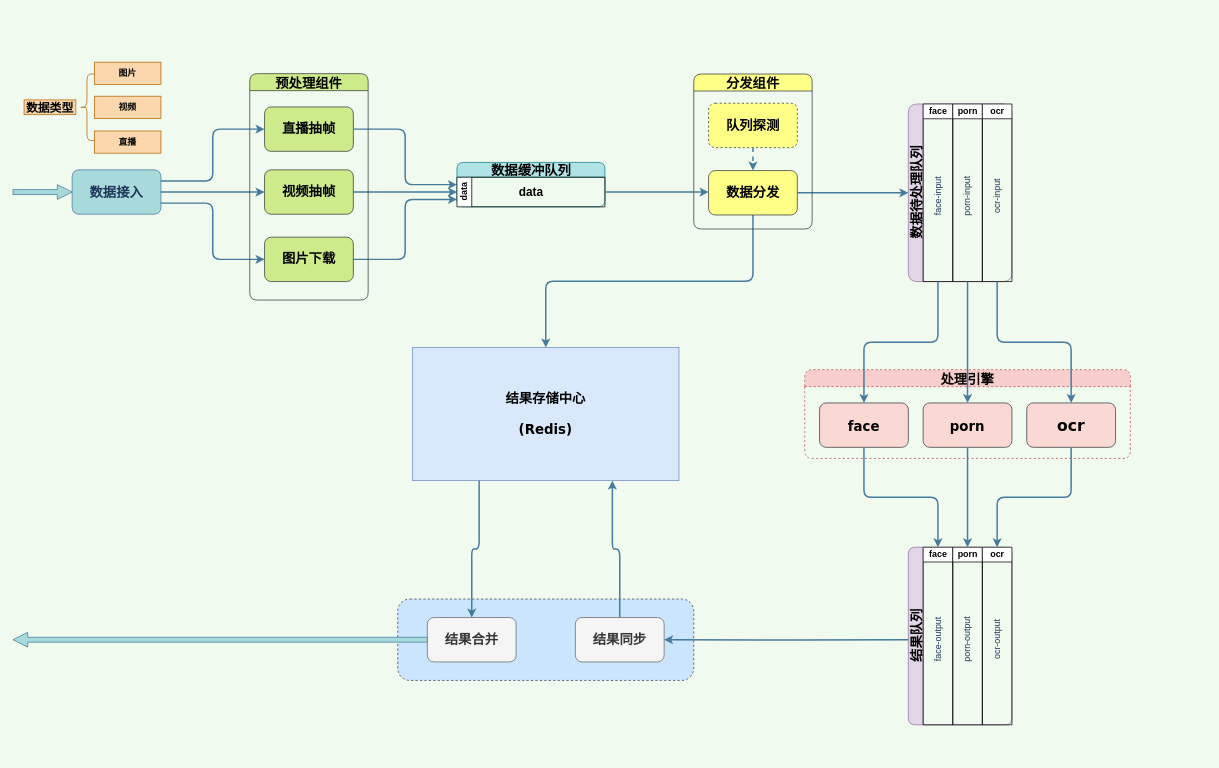
xwzj01ht/diagrams keeps this draw.io diagram as engine_system/engine_system_architecture_v2.drawio. Above is the earlier version. Source tidied: cells renumbered, new cells numbered last; positions are measured from the earlier drawing's top-left corner, leaving out a move shared by most shapes. Both pictures are drawn from the tidied source at 74%, with x=0, y=0 at pixel (13, 61).
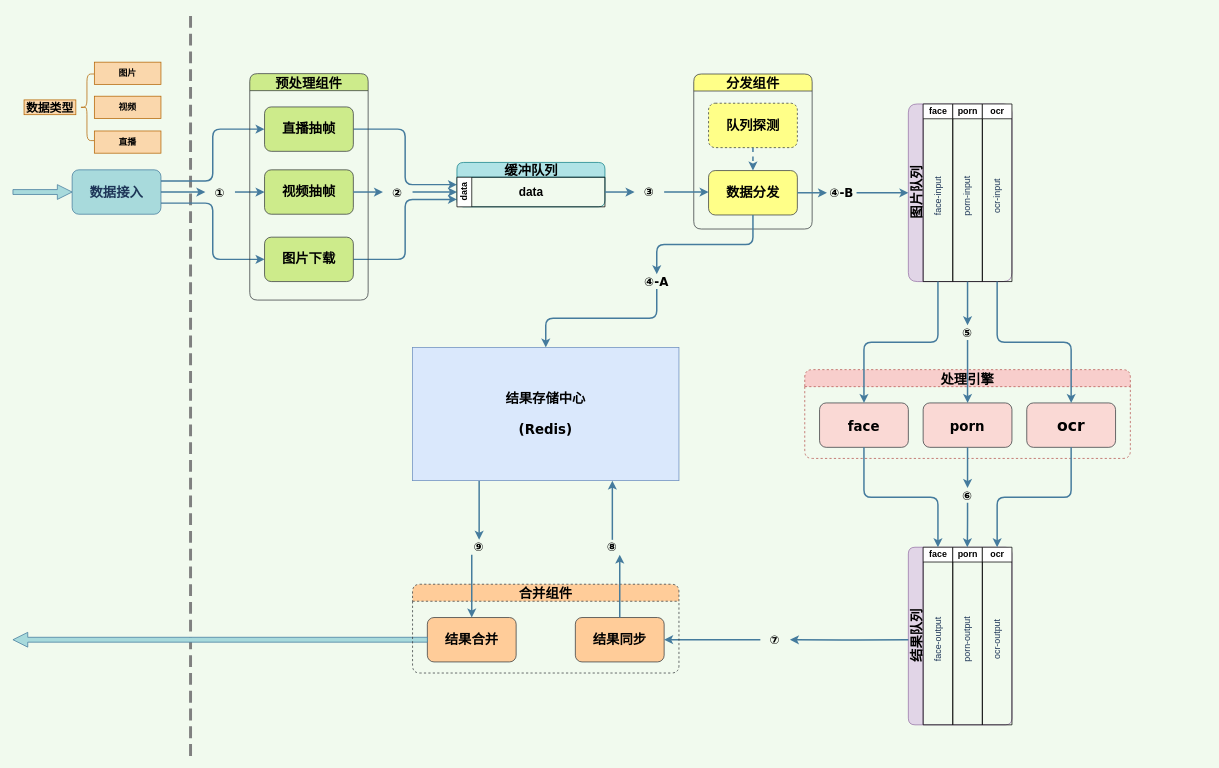
Above is the later version.

Commit message (it also covers changes not shown here):
engine system architecture v2

Unchanged cells that the change refers to:
```xml
<mxCell id="7" value="&lt;h4&gt;&lt;font style=&quot;font-size: 18px&quot; face=&quot;Verdana&quot;&gt;数据接入&lt;/font&gt;&lt;/h4&gt;" style="rounded=1;whiteSpace=wrap;html=1;sketch=0;strokeColor=#457B9D;fillColor=#A8DADC;fontColor=#1D3557;" parent="1" vertex="1">
  <mxGeometry x="80" y="146" width="120" height="60" as="geometry" />
</mxCell>
<mxCell id="14" value="&lt;h3 style=&quot;font-size: 18px&quot;&gt;视频抽帧&lt;/h3&gt;" style="rounded=1;whiteSpace=wrap;html=1;sketch=0;strokeColor=#36393d;fillColor=#cdeb8b;" parent="1" vertex="1">
  <mxGeometry x="340" y="146" width="120" height="60" as="geometry" />
</mxCell>
<mxCell id="21" value="&lt;h3 style=&quot;font-size: 18px&quot;&gt;数据分发&lt;/h3&gt;" style="rounded=1;whiteSpace=wrap;html=1;sketch=0;strokeColor=#36393d;fillColor=#ffff88;" parent="1" vertex="1">
  <mxGeometry x="940" y="147" width="120" height="60" as="geometry" />
</mxCell>
<mxCell id="24" value="&lt;h3&gt;&lt;font style=&quot;font-size: 18px&quot;&gt;porn&lt;/font&gt;&lt;/h3&gt;" style="rounded=1;whiteSpace=wrap;html=1;shadow=0;glass=0;sketch=0;fillColor=#fad9d5;fontFamily=Verdana;fontSize=18;strokeColor=#36393D;" parent="22" vertex="1">
  <mxGeometry x="160" y="45" width="120" height="60" as="geometry" />
</mxCell>
<mxCell id="26" value="&lt;h3 style=&quot;font-size: 18px&quot;&gt;&lt;font face=&quot;Verdana&quot; style=&quot;font-size: 18px&quot;&gt;结果存储中心&lt;/font&gt;&lt;/h3&gt;&lt;h3 style=&quot;font-size: 18px&quot;&gt;&lt;font face=&quot;Verdana&quot; style=&quot;font-size: 18px&quot;&gt;(Redis)&lt;/font&gt;&lt;/h3&gt;" style="rounded=0;whiteSpace=wrap;html=1;strokeColor=#6c8ebf;strokeWidth=1;fillColor=#dae8fc;" parent="1" vertex="1">
  <mxGeometry x="540" y="386" width="360" height="180" as="geometry" />
</mxCell>
<mxCell id="32" value="data" style="swimlane;html=1;startSize=20;horizontal=0;" parent="31" vertex="1">
  <mxGeometry y="20" width="200" height="40" as="geometry" />
</mxCell>
<mxCell id="40" value="porn" style="swimlane;html=1;startSize=20;" parent="37" vertex="1">
  <mxGeometry x="60" width="40" height="240" as="geometry" />
</mxCell>
<mxCell id="47" value="porn" style="swimlane;html=1;startSize=20;" parent="44" vertex="1">
  <mxGeometry x="60" width="40" height="240" as="geometry" />
</mxCell>
```

The edit, as a diff of the source:
```diff
@@
-    <mxCell id="2" style="rounded=1;whiteSpace=wrap;html=1;strokeColor=#36393d;strokeWidth=1;fillColor=#cce5ff;dashed=1;" parent="1" vertex="1">
-      <mxGeometry x="520" y="726" width="400" height="110" as="geometry" />
-    </mxCell>
+    <mxCell id="61" style="shape=partialRectangle;whiteSpace=wrap;html=1;right=0;top=0;bottom=0;fillColor=none;routingCenterX=-0.5;rounded=1;dashed=1;fontFamily=Verdana;fontSize=16;strokeWidth=4;strokeColor=#808080;" parent="1" vertex="1">
+      <mxGeometry x="240" y="-64" width="1370" height="1000" as="geometry" />
+    </mxCell>
@@
-    <mxCell id="4" style="edgeStyle=orthogonalEdgeStyle;rounded=1;jettySize=auto;html=1;exitX=1;exitY=0.5;exitDx=0;exitDy=0;entryX=0;entryY=0.5;entryDx=0;entryDy=0;strokeWidth=2;strokeColor=#457B9D;" parent="1" edge="1" source="7" target="14">
+    <mxCell id="4" style="edgeStyle=orthogonalEdgeStyle;rounded=1;jettySize=auto;html=1;exitX=1;exitY=0.5;exitDx=0;exitDy=0;entryX=0;entryY=0.5;entryDx=0;entryDy=0;strokeWidth=2;strokeColor=#457B9D;" parent="1" edge="1" source="64" target="14">
       <mxGeometry relative="1" as="geometry" />
     </mxCell>
@@
-    <mxCell id="13" style="edgeStyle=orthogonalEdgeStyle;rounded=1;jettySize=auto;html=1;exitX=1;exitY=0.5;exitDx=0;exitDy=0;entryX=0;entryY=0.5;entryDx=0;entryDy=0;strokeColor=#457B9D;strokeWidth=2;" parent="1" edge="1" source="14" target="32">
+    <mxCell id="13" style="edgeStyle=orthogonalEdgeStyle;rounded=1;jettySize=auto;html=1;exitX=1;exitY=0.5;exitDx=0;exitDy=0;entryX=0;entryY=0.5;entryDx=0;entryDy=0;strokeColor=#457B9D;strokeWidth=2;" parent="1" edge="1" source="66" target="32">
       <mxGeometry relative="1" as="geometry" />
     </mxCell>
@@
-    <mxCell id="19" style="edgeStyle=orthogonalEdgeStyle;rounded=1;jettySize=auto;html=1;exitX=1;exitY=0.5;exitDx=0;exitDy=0;entryX=0;entryY=0.5;entryDx=0;entryDy=0;strokeColor=#457B9D;strokeWidth=2;" parent="1" edge="1" source="21" target="37">
+    <mxCell id="19" style="edgeStyle=orthogonalEdgeStyle;rounded=1;jettySize=auto;html=1;exitX=1;exitY=0.5;exitDx=0;exitDy=0;entryX=0;entryY=0.5;entryDx=0;entryDy=0;strokeColor=#457B9D;strokeWidth=2;" parent="1" edge="1" source="72" target="37">
       <mxGeometry relative="1" as="geometry" />
     </mxCell>
-    <mxCell id="20" style="edgeStyle=orthogonalEdgeStyle;rounded=1;jettySize=auto;html=1;exitX=0.5;exitY=1;exitDx=0;exitDy=0;entryX=0.5;entryY=0;entryDx=0;entryDy=0;strokeColor=#457B9D;strokeWidth=2;" parent="1" edge="1" source="21" target="26">
+    <mxCell id="20" style="edgeStyle=orthogonalEdgeStyle;rounded=1;jettySize=auto;html=1;exitX=0.5;exitY=1;exitDx=0;exitDy=0;entryX=0.5;entryY=0;entryDx=0;entryDy=0;strokeColor=#457B9D;strokeWidth=2;" parent="1" edge="1" source="70" target="26">
       <mxGeometry relative="1" as="geometry" />
     </mxCell>
@@
+    <mxCell id="62" style="edgeStyle=orthogonalEdgeStyle;rounded=1;jettySize=auto;html=1;exitX=0.25;exitY=1;exitDx=0;exitDy=0;entryX=0.5;entryY=0;entryDx=0;entryDy=0;strokeColor=#457B9D;strokeWidth=2;fontFamily=Verdana;fontSize=16;" parent="1" edge="1" source="26" target="84">
+      <mxGeometry relative="1" as="geometry" />
+    </mxCell>
@@
-    <mxCell id="27" style="edgeStyle=orthogonalEdgeStyle;rounded=1;jettySize=auto;html=1;exitX=0.5;exitY=0;exitDx=0;exitDy=0;entryX=0.75;entryY=1;entryDx=0;entryDy=0;strokeColor=#457B9D;strokeWidth=2;" parent="1" edge="1" source="28" target="26">
+    <mxCell id="27" style="edgeStyle=orthogonalEdgeStyle;rounded=1;jettySize=auto;html=1;exitX=0.5;exitY=0;exitDx=0;exitDy=0;entryX=0.75;entryY=1;entryDx=0;entryDy=0;strokeColor=#457B9D;strokeWidth=2;" parent="1" edge="1" source="81" target="26">
       <mxGeometry relative="1" as="geometry" />
     </mxCell>
-    <mxCell id="28" value="&lt;h3 style=&quot;font-size: 18px&quot;&gt;&lt;font face=&quot;Verdana&quot;&gt;结果同步&lt;/font&gt;&lt;/h3&gt;" style="rounded=1;whiteSpace=wrap;html=1;strokeColor=#666666;strokeWidth=1;fillColor=#f5f5f5;fontColor=#333333;" parent="1" vertex="1">
+    <mxCell id="28" value="&lt;h3 style=&quot;font-size: 18px&quot;&gt;&lt;font face=&quot;Verdana&quot;&gt;结果同步&lt;/font&gt;&lt;/h3&gt;" style="rounded=1;whiteSpace=wrap;html=1;strokeColor=#36393d;strokeWidth=1;fillColor=#ffcc99;" parent="1" vertex="1">
       <mxGeometry x="760" y="751" width="120" height="60" as="geometry" />
     </mxCell>
-    <mxCell id="29" style="edgeStyle=orthogonalEdgeStyle;rounded=1;jettySize=auto;html=1;strokeColor=#457B9D;strokeWidth=2;exitX=0.25;exitY=1;exitDx=0;exitDy=0;" parent="1" edge="1" source="26" target="30">
-      <mxGeometry relative="1" as="geometry" />
-    </mxCell>
-    <mxCell id="30" value="&lt;h3 style=&quot;font-size: 18px&quot;&gt;&lt;font face=&quot;Verdana&quot;&gt;结果合并&lt;/font&gt;&lt;/h3&gt;" style="rounded=1;whiteSpace=wrap;html=1;strokeColor=#666666;strokeWidth=1;fillColor=#f5f5f5;fontColor=#333333;" parent="1" vertex="1">
+    <mxCell id="30" value="&lt;h3 style=&quot;font-size: 18px&quot;&gt;&lt;font face=&quot;Verdana&quot;&gt;结果合并&lt;/font&gt;&lt;/h3&gt;" style="rounded=1;whiteSpace=wrap;html=1;strokeColor=#36393d;strokeWidth=1;fillColor=#ffcc99;" parent="1" vertex="1">
       <mxGeometry x="560" y="751" width="120" height="60" as="geometry" />
     </mxCell>
-    <mxCell id="31" value="&lt;h3&gt;&lt;font face=&quot;Verdana&quot;&gt;&lt;span style=&quot;font-size: 18px&quot;&gt;数据缓冲队列&lt;/span&gt;&lt;/font&gt;&lt;/h3&gt;" style="swimlane;html=1;horizontal=1;startSize=20;fillColor=#b0e3e6;strokeColor=#0e8088;rounded=1;" parent="1" vertex="1">
+    <mxCell id="31" value="&lt;h3&gt;&lt;font face=&quot;Verdana&quot;&gt;&lt;span style=&quot;font-size: 18px&quot;&gt;缓冲队列&lt;/span&gt;&lt;/font&gt;&lt;/h3&gt;" style="swimlane;html=1;horizontal=1;startSize=20;fillColor=#b0e3e6;strokeColor=#0e8088;rounded=1;" parent="1" vertex="1">
       <mxGeometry x="600" y="136" width="200" height="60" as="geometry" />
     </mxCell>
@@
-    <mxCell id="37" value="&lt;h3&gt;&lt;font style=&quot;font-size: 18px&quot; face=&quot;Verdana&quot;&gt;数据待处理队列&lt;/font&gt;&lt;/h3&gt;" style="swimlane;html=1;startSize=20;horizontal=0;fillColor=#e1d5e7;strokeColor=#9673a6;rounded=1;arcSize=20;" parent="1" vertex="1">
+    <mxCell id="37" value="&lt;h3&gt;&lt;font style=&quot;font-size: 18px&quot; face=&quot;Verdana&quot;&gt;图片队列&lt;/font&gt;&lt;/h3&gt;" style="swimlane;html=1;startSize=20;horizontal=0;fillColor=#e1d5e7;strokeColor=#9673a6;rounded=1;arcSize=20;" parent="1" vertex="1">
       <mxGeometry x="1210" y="57" width="140" height="240" as="geometry" />
     </mxCell>
@@
-    <mxCell id="51" style="edgeStyle=orthogonalEdgeStyle;rounded=1;jettySize=auto;html=1;exitX=1;exitY=0.5;exitDx=0;exitDy=0;strokeColor=#457B9D;strokeWidth=2;" parent="1" edge="1" source="32">
+    <mxCell id="51" style="edgeStyle=orthogonalEdgeStyle;rounded=1;jettySize=auto;html=1;exitX=1;exitY=0.5;exitDx=0;exitDy=0;strokeColor=#457B9D;strokeWidth=2;" parent="1" edge="1" source="68">
       <mxGeometry relative="1" as="geometry">
         <mxPoint x="940" y="176" as="targetPoint" />
       </mxGeometry>
     </mxCell>
@@
-    <mxCell id="53" style="edgeStyle=orthogonalEdgeStyle;rounded=1;jettySize=auto;html=1;exitX=0.5;exitY=1;exitDx=0;exitDy=0;entryX=0.5;entryY=0;entryDx=0;entryDy=0;strokeColor=#457B9D;strokeWidth=2;" parent="1" edge="1" source="40" target="24">
+    <mxCell id="53" style="edgeStyle=orthogonalEdgeStyle;rounded=1;jettySize=auto;html=1;exitX=0.5;exitY=1;exitDx=0;exitDy=0;entryX=0.5;entryY=0;entryDx=0;entryDy=0;strokeColor=#457B9D;strokeWidth=2;" parent="1" edge="1" source="74" target="24">
       <mxGeometry relative="1" as="geometry" />
     </mxCell>
@@
-    <mxCell id="57" style="edgeStyle=orthogonalEdgeStyle;rounded=1;jettySize=auto;html=1;exitX=0.5;exitY=1;exitDx=0;exitDy=0;entryX=0.5;entryY=0;entryDx=0;entryDy=0;strokeColor=#457B9D;strokeWidth=2;" parent="1" edge="1" source="24" target="47">
-      <mxGeometry relative="1" as="geometry" />
-    </mxCell>
@@
-    <mxCell id="59" style="edgeStyle=orthogonalEdgeStyle;rounded=1;jettySize=auto;html=1;entryX=1;entryY=0.5;entryDx=0;entryDy=0;strokeColor=#457B9D;strokeWidth=2;" parent="1" edge="1" target="28">
-      <mxGeometry relative="1" as="geometry">
-        <mxPoint x="1210" y="781" as="sourcePoint" />
-      </mxGeometry>
+    <mxCell id="59" style="edgeStyle=orthogonalEdgeStyle;rounded=1;jettySize=auto;html=1;entryX=1;entryY=0.5;entryDx=0;entryDy=0;strokeColor=#457B9D;strokeWidth=2;" parent="1" edge="1" source="79" target="28">
+      <mxGeometry relative="1" as="geometry" />
     </mxCell>
@@
+    <mxCell id="63" value="合并组件" style="swimlane;dashed=1;fillColor=#ffcc99;strokeColor=#36393d;fontSize=18;fontFamily=Verdana;rounded=1;" parent="1" vertex="1">
+      <mxGeometry x="540" y="706" width="360" height="120" as="geometry" />
+    </mxCell>
+    <mxCell id="64" value="&lt;font style=&quot;font-size: 16px&quot;&gt;&lt;b&gt;①&lt;/b&gt;&lt;/font&gt;" style="text;html=1;strokeColor=none;fillColor=none;align=center;verticalAlign=middle;whiteSpace=wrap;rounded=0;dashed=1;fontFamily=Verdana;fontSize=18;" parent="1" vertex="1">
+      <mxGeometry x="260" y="166" width="40" height="20" as="geometry" />
+    </mxCell>
+    <mxCell id="65" style="edgeStyle=orthogonalEdgeStyle;rounded=1;jettySize=auto;html=1;exitX=1;exitY=0.5;exitDx=0;exitDy=0;entryX=0;entryY=0.5;entryDx=0;entryDy=0;strokeWidth=2;strokeColor=#457B9D;" parent="1" edge="1" source="7" target="64">
+      <mxGeometry relative="1" as="geometry" />
+    </mxCell>
+    <mxCell id="66" value="&lt;font style=&quot;font-size: 16px&quot;&gt;&lt;b&gt;②&lt;/b&gt;&lt;/font&gt;" style="text;html=1;strokeColor=none;fillColor=none;align=center;verticalAlign=middle;whiteSpace=wrap;rounded=0;dashed=1;fontFamily=Verdana;fontSize=18;" parent="1" vertex="1">
+      <mxGeometry x="500" y="166" width="40" height="20" as="geometry" />
+    </mxCell>
+    <mxCell id="67" style="edgeStyle=orthogonalEdgeStyle;rounded=1;jettySize=auto;html=1;exitX=1;exitY=0.5;exitDx=0;exitDy=0;entryX=0;entryY=0.5;entryDx=0;entryDy=0;strokeColor=#457B9D;strokeWidth=2;" parent="1" edge="1" source="14" target="66">
+      <mxGeometry relative="1" as="geometry" />
+    </mxCell>
+    <mxCell id="68" value="③" style="text;html=1;strokeColor=none;fillColor=none;align=center;verticalAlign=middle;whiteSpace=wrap;rounded=0;dashed=1;fontFamily=Verdana;fontSize=16;fontStyle=1;" parent="1" vertex="1">
+      <mxGeometry x="840" y="166" width="40" height="20" as="geometry" />
+    </mxCell>
+    <mxCell id="69" style="edgeStyle=orthogonalEdgeStyle;rounded=1;jettySize=auto;html=1;exitX=1;exitY=0.5;exitDx=0;exitDy=0;strokeColor=#457B9D;strokeWidth=2;" parent="1" edge="1" source="32" target="68">
+      <mxGeometry relative="1" as="geometry" />
+    </mxCell>
+    <mxCell id="70" value="④-A" style="text;html=1;strokeColor=none;fillColor=none;align=center;verticalAlign=middle;whiteSpace=wrap;rounded=0;dashed=1;fontFamily=Verdana;fontSize=16;fontStyle=1;" parent="1" vertex="1">
+      <mxGeometry x="850" y="287" width="40" height="20" as="geometry" />
+    </mxCell>
+    <mxCell id="71" style="edgeStyle=orthogonalEdgeStyle;rounded=1;jettySize=auto;html=1;exitX=0.5;exitY=1;exitDx=0;exitDy=0;entryX=0.5;entryY=0;entryDx=0;entryDy=0;strokeColor=#457B9D;strokeWidth=2;" parent="1" edge="1" source="21" target="70">
+      <mxGeometry relative="1" as="geometry" />
+    </mxCell>
+    <mxCell id="72" value="④-B" style="text;html=1;strokeColor=none;fillColor=none;align=center;verticalAlign=middle;whiteSpace=wrap;rounded=0;dashed=1;fontFamily=Verdana;fontSize=16;fontStyle=1;" parent="1" vertex="1">
+      <mxGeometry x="1100" y="167" width="40" height="20" as="geometry" />
+    </mxCell>
+    <mxCell id="73" style="edgeStyle=orthogonalEdgeStyle;rounded=1;jettySize=auto;html=1;exitX=1;exitY=0.5;exitDx=0;exitDy=0;entryX=0;entryY=0.5;entryDx=0;entryDy=0;strokeColor=#457B9D;strokeWidth=2;" parent="1" edge="1" source="21" target="72">
+      <mxGeometry relative="1" as="geometry" />
+    </mxCell>
+    <mxCell id="74" value="⑤" style="text;html=1;strokeColor=none;fillColor=none;align=center;verticalAlign=middle;whiteSpace=wrap;rounded=0;dashed=1;fontFamily=Verdana;fontSize=16;fontStyle=1;" parent="1" vertex="1">
+      <mxGeometry x="1270" y="356" width="40" height="20" as="geometry" />
+    </mxCell>
+    <mxCell id="75" style="edgeStyle=orthogonalEdgeStyle;rounded=1;jettySize=auto;html=1;exitX=0.5;exitY=1;exitDx=0;exitDy=0;entryX=0.5;entryY=0;entryDx=0;entryDy=0;strokeColor=#457B9D;strokeWidth=2;" parent="1" edge="1" source="40" target="74">
+      <mxGeometry relative="1" as="geometry" />
+    </mxCell>
+    <mxCell id="76" style="edgeStyle=orthogonalEdgeStyle;rounded=1;jettySize=auto;html=1;exitX=0.5;exitY=1;exitDx=0;exitDy=0;strokeColor=#457B9D;strokeWidth=2;fontFamily=Verdana;fontSize=16;" parent="1" edge="1" source="77">
+      <mxGeometry relative="1" as="geometry">
+        <mxPoint x="1289.7" y="656" as="targetPoint" />
+      </mxGeometry>
+    </mxCell>
+    <mxCell id="77" value="⑥" style="text;html=1;strokeColor=none;fillColor=none;align=center;verticalAlign=middle;whiteSpace=wrap;rounded=0;dashed=1;fontFamily=Verdana;fontSize=16;fontStyle=1;" parent="1" vertex="1">
+      <mxGeometry x="1270" y="576" width="40" height="20" as="geometry" />
+    </mxCell>
+    <mxCell id="78" style="edgeStyle=orthogonalEdgeStyle;rounded=1;jettySize=auto;html=1;exitX=0.5;exitY=1;exitDx=0;exitDy=0;entryX=0.5;entryY=0;entryDx=0;entryDy=0;strokeColor=#457B9D;strokeWidth=2;fontFamily=Verdana;fontSize=16;" parent="1" edge="1" source="24" target="77">
+      <mxGeometry relative="1" as="geometry" />
+    </mxCell>
+    <mxCell id="79" value="⑦" style="text;html=1;strokeColor=none;fillColor=none;align=center;verticalAlign=middle;whiteSpace=wrap;rounded=0;dashed=1;fontFamily=Verdana;fontSize=16;fontStyle=1;" parent="1" vertex="1">
+      <mxGeometry x="1010" y="771" width="40" height="20" as="geometry" />
+    </mxCell>
+    <mxCell id="80" style="edgeStyle=orthogonalEdgeStyle;rounded=1;jettySize=auto;html=1;entryX=1;entryY=0.5;entryDx=0;entryDy=0;strokeColor=#457B9D;strokeWidth=2;" parent="1" edge="1" target="79">
+      <mxGeometry relative="1" as="geometry">
+        <mxPoint x="1210" y="781" as="sourcePoint" />
+      </mxGeometry>
+    </mxCell>
+    <mxCell id="81" value="⑧" style="text;html=1;strokeColor=none;fillColor=none;align=center;verticalAlign=middle;whiteSpace=wrap;rounded=0;dashed=1;fontFamily=Verdana;fontSize=16;fontStyle=1;" parent="1" vertex="1">
+      <mxGeometry x="790" y="646" width="40" height="20" as="geometry" />
+    </mxCell>
+    <mxCell id="82" style="edgeStyle=orthogonalEdgeStyle;rounded=1;jettySize=auto;html=1;exitX=0.5;exitY=0;exitDx=0;exitDy=0;entryX=0.75;entryY=1;entryDx=0;entryDy=0;strokeColor=#457B9D;strokeWidth=2;" parent="1" edge="1" source="28" target="81">
+      <mxGeometry relative="1" as="geometry" />
+    </mxCell>
+    <mxCell id="83" style="edgeStyle=orthogonalEdgeStyle;rounded=1;jettySize=auto;html=1;exitX=0.25;exitY=1;exitDx=0;exitDy=0;entryX=0.5;entryY=0;entryDx=0;entryDy=0;strokeColor=#457B9D;strokeWidth=2;fontFamily=Verdana;fontSize=16;" parent="1" edge="1" source="84" target="30">
+      <mxGeometry relative="1" as="geometry" />
+    </mxCell>
+    <mxCell id="84" value="⑨" style="text;html=1;strokeColor=none;fillColor=none;align=center;verticalAlign=middle;whiteSpace=wrap;rounded=0;dashed=1;fontFamily=Verdana;fontSize=16;fontStyle=1;" parent="1" vertex="1">
+      <mxGeometry x="610" y="646" width="40" height="20" as="geometry" />
+    </mxCell>
```
